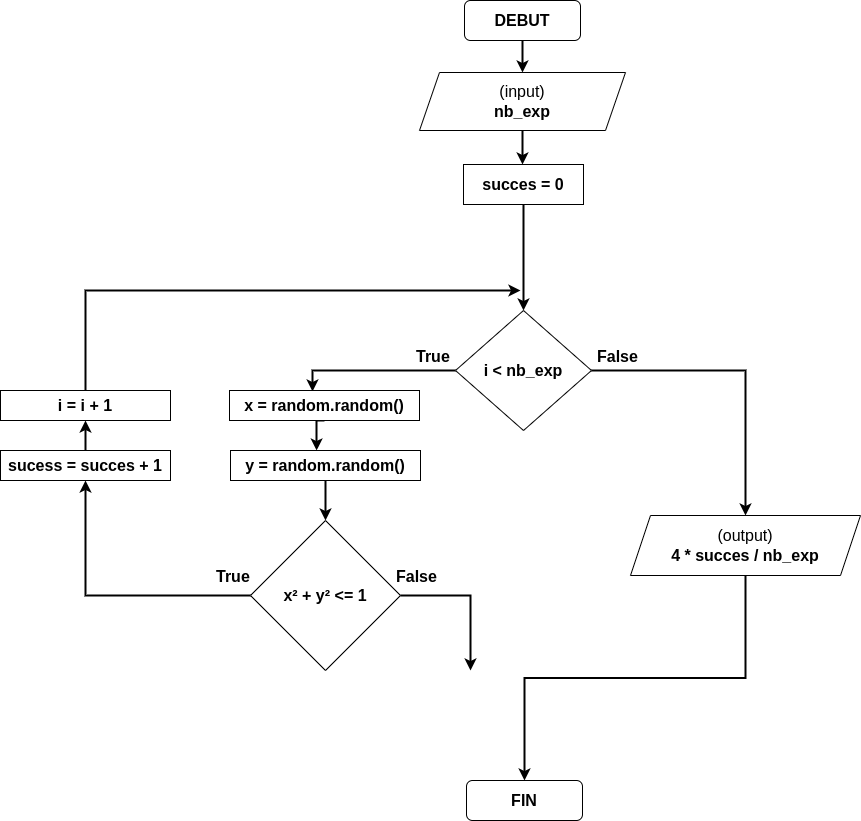
Above: _images/MonteCarloPi_Faux.png in vkeller/modulo-gybe (draw.io), before the change. Source tidied: cells renumbered, new cells last; positions are measured from the earlier drawing's top-left corner, leaving out a move shared by most shapes. Source of this version:
```xml
<mxGraphModel>
  <root>
    <mxCell id="0" />
    <mxCell id="1" parent="0" />
    <mxCell id="2" style="edgeStyle=orthogonalEdgeStyle;rounded=0;jettySize=auto;html=1;exitX=0.5;exitY=1;exitDx=0;exitDy=0;entryX=0.5;entryY=0;entryDx=0;entryDy=0;fontSize=16;strokeWidth=2;" parent="1" edge="1" source="3" target="6">
      <mxGeometry relative="1" as="geometry" />
    </mxCell>
    <mxCell id="3" value="&lt;font style=&quot;font-size: 16px;&quot;&gt;&lt;b&gt;DEBUT&lt;/b&gt;&lt;/font&gt;" style="rounded=1;whiteSpace=wrap;html=1;" parent="1" vertex="1">
      <mxGeometry x="464" width="116" height="40" as="geometry" />
    </mxCell>
    <mxCell id="4" value="&lt;font style=&quot;font-size: 16px;&quot;&gt;&lt;b&gt;FIN&lt;/b&gt;&lt;/font&gt;" style="rounded=1;whiteSpace=wrap;html=1;" parent="1" vertex="1">
      <mxGeometry x="466" y="780" width="116" height="40" as="geometry" />
    </mxCell>
    <mxCell id="5" style="edgeStyle=orthogonalEdgeStyle;rounded=0;orthogonalLoop=1;jettySize=auto;html=1;exitX=0.5;exitY=1;exitDx=0;exitDy=0;strokeWidth=2;fontSize=16;" parent="1" edge="1">
      <mxGeometry relative="1" as="geometry">
        <mxPoint x="521" y="130" as="sourcePoint" />
        <mxPoint x="522" y="164" as="targetPoint" />
      </mxGeometry>
    </mxCell>
    <mxCell id="6" value="&lt;font style=&quot;font-size: 16px;&quot;&gt;(input)&lt;br&gt;&lt;b&gt;nb_exp&lt;/b&gt;&lt;/font&gt;" style="shape=parallelogram;perimeter=parallelogramPerimeter;whiteSpace=wrap;html=1;fixedSize=1;" parent="1" vertex="1">
      <mxGeometry x="419" y="72" width="206" height="58" as="geometry" />
    </mxCell>
    <mxCell id="7" style="edgeStyle=orthogonalEdgeStyle;rounded=0;jettySize=auto;html=1;exitX=0.5;exitY=1;exitDx=0;exitDy=0;entryX=0.5;entryY=0;entryDx=0;entryDy=0;strokeWidth=2;fontSize=16;" parent="1" edge="1" source="8" target="11">
      <mxGeometry relative="1" as="geometry" />
    </mxCell>
    <mxCell id="8" value="&lt;b&gt;succes = 0&lt;/b&gt;" style="rounded=0;whiteSpace=wrap;html=1;fontSize=16;" parent="1" vertex="1">
      <mxGeometry x="463" y="164" width="120" height="40" as="geometry" />
    </mxCell>
    <mxCell id="9" style="edgeStyle=orthogonalEdgeStyle;rounded=0;jettySize=auto;html=1;exitX=1;exitY=0.5;exitDx=0;exitDy=0;strokeWidth=2;fontSize=16;" parent="1" edge="1" source="11" target="19">
      <mxGeometry relative="1" as="geometry" />
    </mxCell>
    <mxCell id="10" style="edgeStyle=orthogonalEdgeStyle;rounded=0;jettySize=auto;html=1;exitX=0;exitY=0.5;exitDx=0;exitDy=0;entryX=0.437;entryY=0.033;entryDx=0;entryDy=0;entryPerimeter=0;strokeWidth=2;fontSize=16;" parent="1" edge="1" source="11" target="13">
      <mxGeometry relative="1" as="geometry" />
    </mxCell>
    <mxCell id="11" value="&lt;b&gt;i &amp;lt; nb_exp&lt;/b&gt;" style="rhombus;whiteSpace=wrap;html=1;fontSize=16;" parent="1" vertex="1">
      <mxGeometry x="455" y="310" width="136" height="120" as="geometry" />
    </mxCell>
    <mxCell id="12" style="edgeStyle=orthogonalEdgeStyle;rounded=0;jettySize=auto;html=1;exitX=0.5;exitY=1;exitDx=0;exitDy=0;entryX=0.453;entryY=0;entryDx=0;entryDy=0;entryPerimeter=0;strokeWidth=2;fontSize=16;" parent="1" edge="1" source="13" target="15">
      <mxGeometry relative="1" as="geometry" />
    </mxCell>
    <mxCell id="13" value="&lt;b&gt;x = random.random()&lt;/b&gt;" style="rounded=0;whiteSpace=wrap;html=1;fontSize=16;" parent="1" vertex="1">
      <mxGeometry x="229" y="390" width="190" height="30" as="geometry" />
    </mxCell>
    <mxCell id="14" style="edgeStyle=orthogonalEdgeStyle;rounded=0;jettySize=auto;html=1;exitX=0.5;exitY=1;exitDx=0;exitDy=0;entryX=0.5;entryY=0;entryDx=0;entryDy=0;strokeWidth=2;fontSize=16;" parent="1" edge="1" source="15" target="17">
      <mxGeometry relative="1" as="geometry" />
    </mxCell>
    <mxCell id="15" value="&lt;b&gt;y = random.random()&lt;/b&gt;" style="rounded=0;whiteSpace=wrap;html=1;fontSize=16;" parent="1" vertex="1">
      <mxGeometry x="230" y="450" width="190" height="30" as="geometry" />
    </mxCell>
    <mxCell id="16" style="edgeStyle=orthogonalEdgeStyle;rounded=0;jettySize=auto;html=1;exitX=0;exitY=0.5;exitDx=0;exitDy=0;entryX=0.5;entryY=1;entryDx=0;entryDy=0;strokeWidth=2;fontSize=16;" parent="1" edge="1" source="17" target="21">
      <mxGeometry relative="1" as="geometry" />
    </mxCell>
    <mxCell id="17" value="&lt;b&gt;x² + y² &amp;lt;= 1&lt;/b&gt;" style="rhombus;whiteSpace=wrap;html=1;fontSize=16;" parent="1" vertex="1">
      <mxGeometry x="250" y="520" width="150" height="150" as="geometry" />
    </mxCell>
    <mxCell id="18" style="edgeStyle=orthogonalEdgeStyle;rounded=0;jettySize=auto;html=1;exitX=0.5;exitY=1;exitDx=0;exitDy=0;entryX=0.5;entryY=0;entryDx=0;entryDy=0;strokeWidth=2;fontSize=16;" parent="1" edge="1" source="19" target="4">
      <mxGeometry relative="1" as="geometry" />
    </mxCell>
    <mxCell id="19" value="(output)&lt;br&gt;&lt;b&gt;4 * succes / nb_exp&lt;/b&gt;" style="shape=parallelogram;perimeter=parallelogramPerimeter;whiteSpace=wrap;html=1;fixedSize=1;fontSize=16;" parent="1" vertex="1">
      <mxGeometry x="630" y="515" width="230" height="60" as="geometry" />
    </mxCell>
    <mxCell id="20" style="edgeStyle=orthogonalEdgeStyle;rounded=0;jettySize=auto;html=1;exitX=0.5;exitY=0;exitDx=0;exitDy=0;entryX=0.5;entryY=1;entryDx=0;entryDy=0;strokeWidth=2;fontSize=16;" parent="1" edge="1" source="21" target="22">
      <mxGeometry relative="1" as="geometry" />
    </mxCell>
    <mxCell id="21" value="&lt;b&gt;sucess = succes + 1&lt;/b&gt;" style="rounded=0;whiteSpace=wrap;html=1;fontSize=16;" parent="1" vertex="1">
      <mxGeometry y="450" width="170" height="30" as="geometry" />
    </mxCell>
    <mxCell id="22" value="&lt;b&gt;i = i + 1&lt;/b&gt;" style="rounded=0;whiteSpace=wrap;html=1;fontSize=16;" parent="1" vertex="1">
      <mxGeometry y="390" width="170" height="30" as="geometry" />
    </mxCell>
    <mxCell id="23" style="endArrow=classic;html=1;rounded=0;strokeWidth=2;fontSize=16;exitX=0.5;exitY=0;exitDx=0;exitDy=0;" parent="1" edge="1" source="22">
      <mxGeometry relative="1" as="geometry">
        <mxPoint x="520" y="290" as="targetPoint" />
        <Array as="points">
          <mxPoint x="85" y="290" />
        </Array>
      </mxGeometry>
    </mxCell>
    <mxCell id="24" value="True" style="text;strokeColor=none;fillColor=none;align=left;verticalAlign=middle;spacingLeft=4;spacingRight=4;overflow=hidden;fontSize=16;fontStyle=1;" parent="1" vertex="1">
      <mxGeometry x="210" y="560" width="80" height="30" as="geometry" />
    </mxCell>
    <mxCell id="25" value="False" style="text;strokeColor=none;fillColor=none;align=left;verticalAlign=middle;spacingLeft=4;spacingRight=4;overflow=hidden;fontSize=16;fontStyle=1;" parent="1" vertex="1">
      <mxGeometry x="591" y="340" width="80" height="30" as="geometry" />
    </mxCell>
    <mxCell id="26" value="True" style="text;strokeColor=none;fillColor=none;align=left;verticalAlign=middle;spacingLeft=4;spacingRight=4;overflow=hidden;fontSize=16;fontStyle=1;" parent="1" vertex="1">
      <mxGeometry x="410" y="340" width="80" height="30" as="geometry" />
    </mxCell>
    <mxCell id="27" style="endArrow=classic;html=1;rounded=0;strokeWidth=2;exitX=1;exitY=0.5;exitDx=0;exitDy=0;" parent="1" edge="1" source="17">
      <mxGeometry relative="1" as="geometry">
        <mxPoint x="470" y="670" as="targetPoint" />
        <Array as="points">
          <mxPoint x="470" y="595" />
        </Array>
      </mxGeometry>
    </mxCell>
    <mxCell id="28" value="False" style="text;strokeColor=none;fillColor=none;align=left;verticalAlign=middle;spacingLeft=4;spacingRight=4;overflow=hidden;fontSize=16;fontStyle=1;" parent="1" vertex="1">
      <mxGeometry x="390" y="560" width="80" height="30" as="geometry" />
    </mxCell>
  </root>
</mxGraphModel>
```
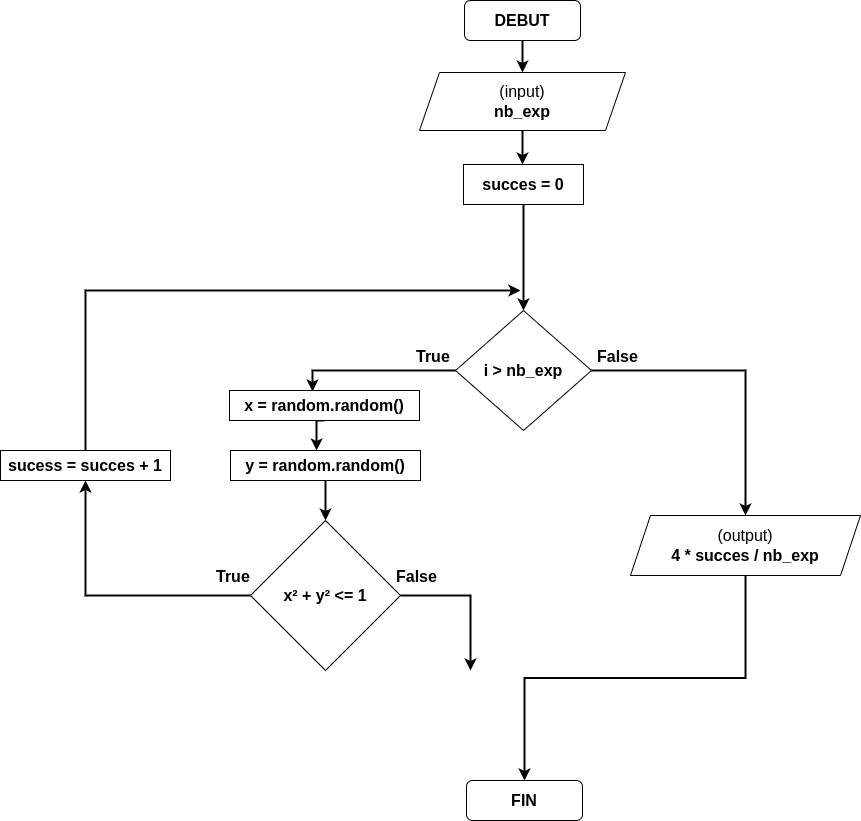
Later version of the same file.

Diff of the diagram source:
```diff
@@ -32,7 +32,7 @@
     <mxCell id="10" style="edgeStyle=orthogonalEdgeStyle;rounded=0;jettySize=auto;html=1;exitX=0;exitY=0.5;exitDx=0;exitDy=0;entryX=0.437;entryY=0.033;entryDx=0;entryDy=0;entryPerimeter=0;strokeWidth=2;fontSize=16;" parent="1" edge="1" source="11" target="13">
       <mxGeometry relative="1" as="geometry" />
     </mxCell>
-    <mxCell id="11" value="&lt;b&gt;i &amp;lt; nb_exp&lt;/b&gt;" style="rhombus;whiteSpace=wrap;html=1;fontSize=16;" parent="1" vertex="1">
+    <mxCell id="11" value="&lt;b&gt;i &amp;gt; nb_exp&lt;/b&gt;" style="rhombus;whiteSpace=wrap;html=1;fontSize=16;" parent="1" vertex="1">
       <mxGeometry x="455" y="310" width="136" height="120" as="geometry" />
     </mxCell>
     <mxCell id="12" style="edgeStyle=orthogonalEdgeStyle;rounded=0;jettySize=auto;html=1;exitX=0.5;exitY=1;exitDx=0;exitDy=0;entryX=0.453;entryY=0;entryDx=0;entryDy=0;entryPerimeter=0;strokeWidth=2;fontSize=16;" parent="1" edge="1" source="13" target="15">
@@ -59,16 +59,10 @@
     <mxCell id="19" value="(output)&lt;br&gt;&lt;b&gt;4 * succes / nb_exp&lt;/b&gt;" style="shape=parallelogram;perimeter=parallelogramPerimeter;whiteSpace=wrap;html=1;fixedSize=1;fontSize=16;" parent="1" vertex="1">
       <mxGeometry x="630" y="515" width="230" height="60" as="geometry" />
     </mxCell>
-    <mxCell id="20" style="edgeStyle=orthogonalEdgeStyle;rounded=0;jettySize=auto;html=1;exitX=0.5;exitY=0;exitDx=0;exitDy=0;entryX=0.5;entryY=1;entryDx=0;entryDy=0;strokeWidth=2;fontSize=16;" parent="1" edge="1" source="21" target="22">
-      <mxGeometry relative="1" as="geometry" />
-    </mxCell>
     <mxCell id="21" value="&lt;b&gt;sucess = succes + 1&lt;/b&gt;" style="rounded=0;whiteSpace=wrap;html=1;fontSize=16;" parent="1" vertex="1">
       <mxGeometry y="450" width="170" height="30" as="geometry" />
     </mxCell>
-    <mxCell id="22" value="&lt;b&gt;i = i + 1&lt;/b&gt;" style="rounded=0;whiteSpace=wrap;html=1;fontSize=16;" parent="1" vertex="1">
-      <mxGeometry y="390" width="170" height="30" as="geometry" />
-    </mxCell>
-    <mxCell id="23" style="endArrow=classic;html=1;rounded=0;strokeWidth=2;fontSize=16;exitX=0.5;exitY=0;exitDx=0;exitDy=0;" parent="1" edge="1" source="22">
+    <mxCell id="23" style="endArrow=classic;html=1;rounded=0;strokeWidth=2;fontSize=16;exitX=0.5;exitY=0;exitDx=0;exitDy=0;" parent="1" edge="1" source="21">
       <mxGeometry relative="1" as="geometry">
         <mxPoint x="520" y="290" as="targetPoint" />
         <Array as="points">
```
